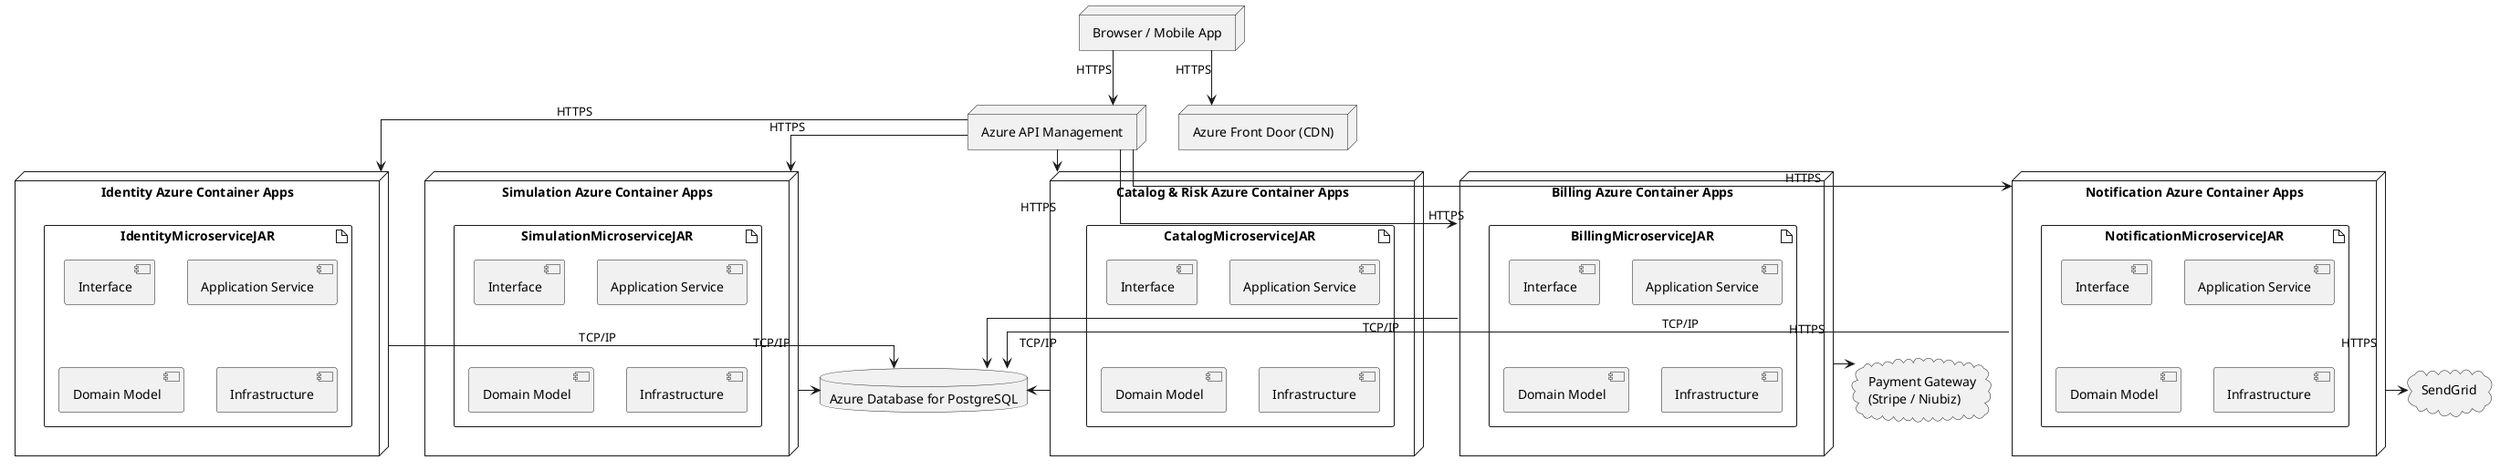
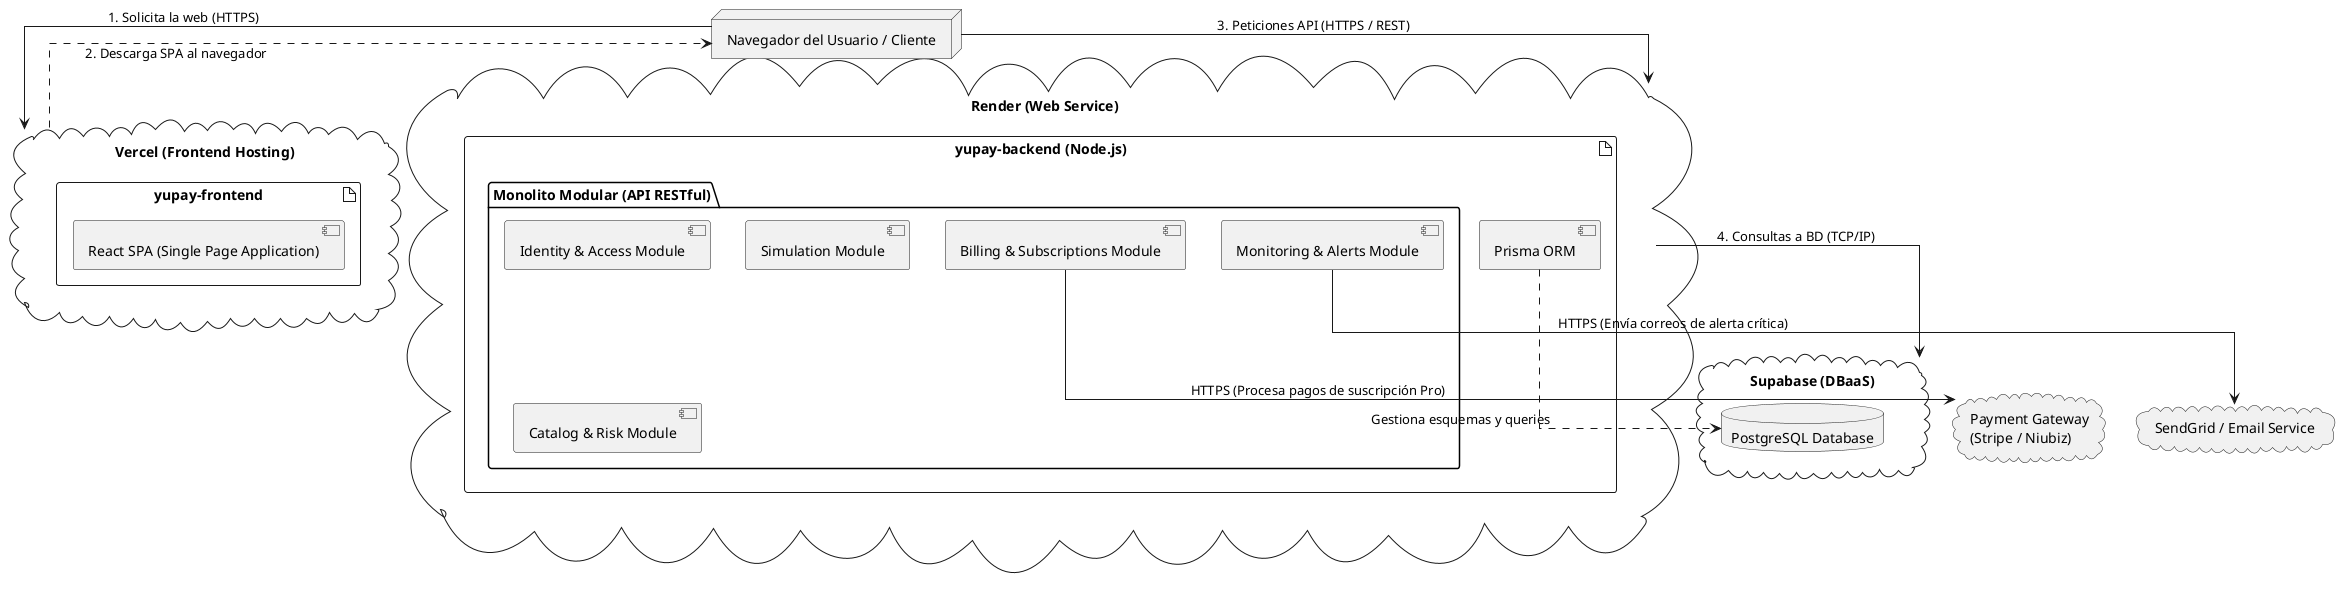
- @startuml "Diagrama de Despliegue - Yupay Finance (Azure)"
+ @startuml "Diagrama de Despliegue - Yupay Finance"
skinparam linetype ortho

- node "Browser / Mobile App" as Browser
- node "Azure Front Door (CDN)" as CDN
- node "Azure API Management" as ApiGateway
+ node "Navegador del Usuario / Cliente" as Browser

- node "Identity Azure Container Apps" as IAMContainer {
-   artifact "IdentityMicroserviceJAR" {
-     component "Interface" as IAInterface
-     component "Application Service" as IAApplication
-     component "Domain Model" as IADomain
-     component "Infrastructure" as IAInfrastructure
+ cloud "Vercel (Frontend Hosting)" as VercelNode {
+   artifact "yupay-frontend" {
+     component "React SPA (Single Page Application)" as ReactApp
  }
}

- node "Simulation Azure Container Apps" as SimulationContainer {
-   artifact "SimulationMicroserviceJAR" {
-     component "Interface" as SimInterface
-     component "Application Service" as SimApplication
-     component "Domain Model" as SimDomain
-     component "Infrastructure" as SimInfrastructure
+ cloud "Render (Web Service)" as RenderNode {
+   artifact "yupay-backend (Node.js)" {
+     package "Monolito Modular (API RESTful)" {
+       component "Identity & Access Module" as IAM
+       component "Simulation Module" as Sim
+       component "Catalog & Risk Module" as Cat
+       component "Billing & Subscriptions Module" as Bill
+       component "Monitoring & Alerts Module" as Notif
+     }
+     component "Prisma ORM" as Prisma
  }
}

- node "Catalog & Risk Azure Container Apps" as CatalogContainer {
-   artifact "CatalogMicroserviceJAR" {
-     component "Interface" as CatInterface
-     component "Application Service" as CatApplication
-     component "Domain Model" as CatDomain
-     component "Infrastructure" as CatInfrastructure
-   }
+ cloud "Supabase (DBaaS)" as SupabaseNode {
+   database "PostgreSQL Database" as PostgresDB
}

- node "Billing Azure Container Apps" as BillingContainer {
-   artifact "BillingMicroserviceJAR" {
-     component "Interface" as BillInterface
-     component "Application Service" as BillApplication
-     component "Domain Model" as BillDomain
-     component "Infrastructure" as BillInfrastructure
-   }
- }
+ cloud "Payment Gateway\n(Stripe / Niubiz)" as PaymentProvider
+ cloud "SendGrid / Email Service" as SendGrid

- node "Notification Azure Container Apps" as NotificationContainer {
-   artifact "NotificationMicroserviceJAR" {
-     component "Interface" as NotifInterface
-     component "Application Service" as NotifApplication
-     component "Domain Model" as NotifDomain
-     component "Infrastructure" as NotifInfrastructure
-   }
- }
+ ' Interacciones del Usuario
+ Browser --> VercelNode : 1. Solicita la web (HTTPS)
+ VercelNode ..> Browser : 2. Descarga SPA al navegador
+ Browser --> RenderNode : 3. Peticiones API (HTTPS / REST)

- database "Azure Database for PostgreSQL" as RelationalDatabase
- cloud "Payment Gateway\n(Stripe / Niubiz)" as PaymentProvider
- cloud "SendGrid" as SendGrid
+ ' Conexión Interna a Base de Datos
+ RenderNode --> SupabaseNode : 4. Consultas a BD (TCP/IP)
+ Prisma ..> PostgresDB : Gestiona esquemas y queries

- Browser --> CDN : HTTPS
- Browser --> ApiGateway : HTTPS
- 
- ApiGateway --> IAMContainer : HTTPS
- ApiGateway --> SimulationContainer : HTTPS
- ApiGateway --> CatalogContainer : HTTPS
- ApiGateway --> BillingContainer : HTTPS
- ApiGateway --> NotificationContainer : HTTPS
- 
- IAMContainer --> RelationalDatabase : TCP/IP
- SimulationContainer --> RelationalDatabase : TCP/IP
- CatalogContainer --> RelationalDatabase : TCP/IP
- BillingContainer --> RelationalDatabase : TCP/IP
- NotificationContainer --> RelationalDatabase : TCP/IP
- 
- BillingContainer --> PaymentProvider : HTTPS
- NotificationContainer --> SendGrid : HTTPS
+ ' Conexiones a Servicios Externos (Release 02)
+ Bill --> PaymentProvider : HTTPS (Procesa pagos de suscripción Pro)
+ Notif --> SendGrid : HTTPS (Envía correos de alerta crítica)

@enduml